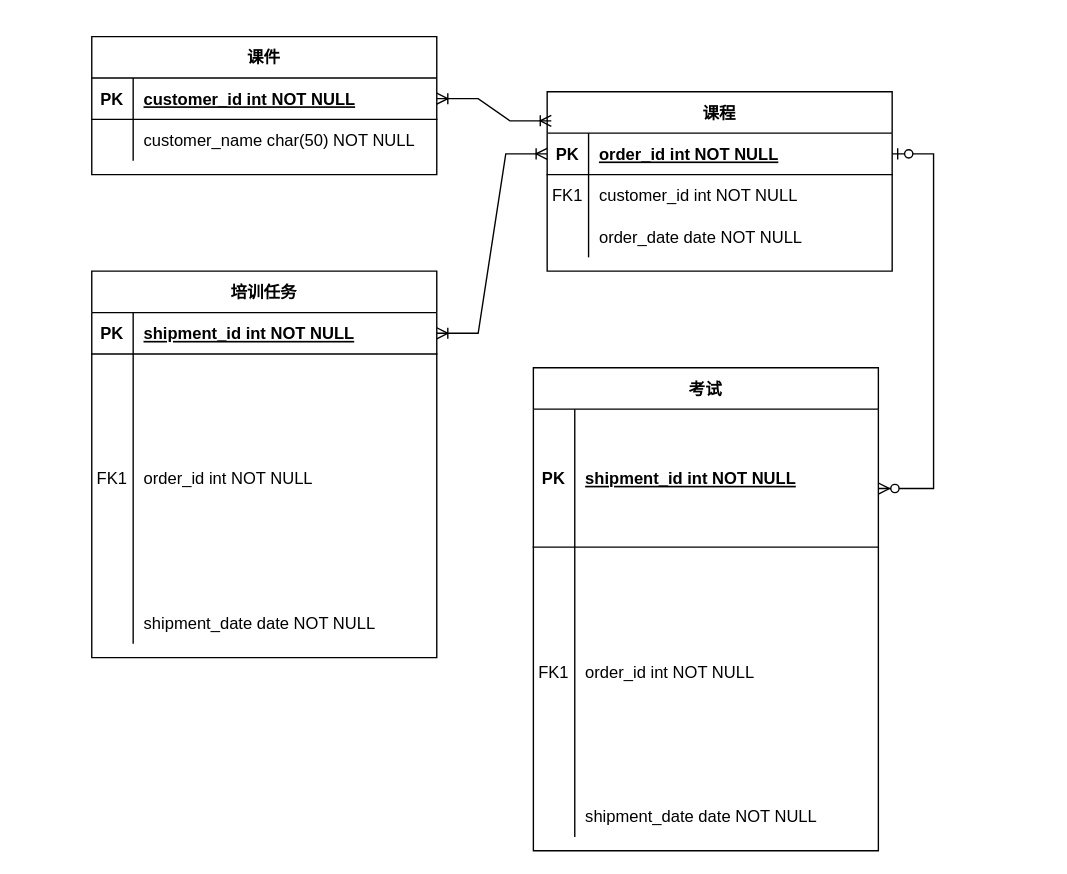
Earlier version of the draw.io diagram education.drawio (jasonTong1/diagram). Source tidied: cells renumbered, new cells numbered last; positions are measured from the earlier drawing's top-left corner, leaving out a move shared by most shapes. Both pictures are drawn from the tidied source at 138%, with x=0, y=0 at pixel (91, 36).
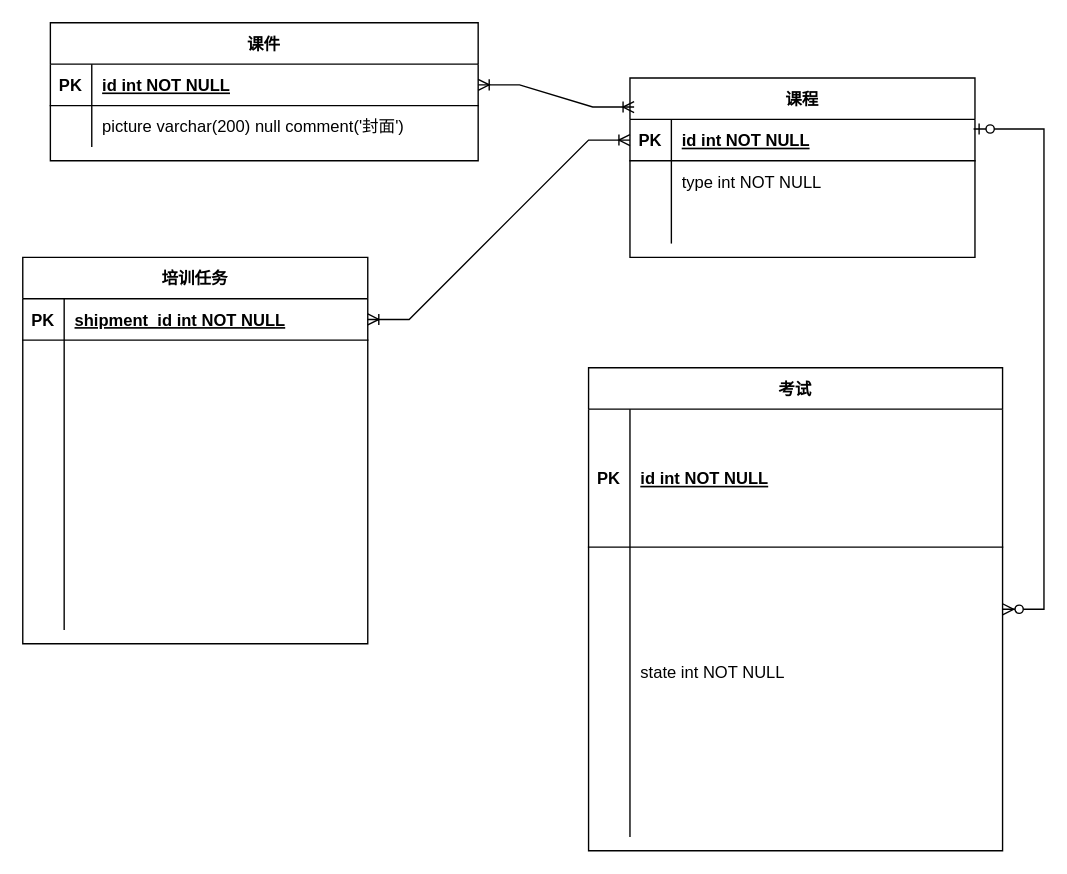
The same page after the edit.

Unchanged cells that the change refers to:
```xml
<mxCell id="3" style="shape=partialRectangle;fillColor=none;points=[[0,0.5],[1,0.5]];portConstraint=eastwest;top=0;left=0;right=0;bottom=1;" parent="2" vertex="1">
  <mxGeometry y="30" width="250" height="30" as="geometry" />
</mxCell>
<mxCell id="6" style="shape=partialRectangle;fillColor=none;top=0;left=0;right=0;bottom=0;" parent="2" vertex="1">
  <mxGeometry y="60" width="250" height="30" as="geometry" />
</mxCell>
<mxCell id="9" style="shape=partialRectangle;fillColor=none;top=0;left=0;right=0;bottom=0;" parent="2" vertex="1">
  <mxGeometry y="90" width="250" height="30" as="geometry" />
</mxCell>
<mxCell id="16" style="shape=partialRectangle;fillColor=none;top=0;left=0;right=0;bottom=0;" parent="12" vertex="1">
  <mxGeometry y="60" width="250" height="180" as="geometry" />
</mxCell>
<mxCell id="19" style="shape=partialRectangle;fillColor=none;top=0;left=0;right=0;bottom=0;" parent="12" vertex="1">
  <mxGeometry y="240" width="250" height="30" as="geometry" />
</mxCell>
```

Change to the diagram source:
```diff
@@
     <mxCell id="2" value="课程" style="shape=table;startSize=30;childLayout=tableLayout;rowLines=0;fontStyle=1;align=center;" parent="1" vertex="1">
-      <mxGeometry x="330" y="40" width="250" height="130" as="geometry" />
+      <mxGeometry x="390" y="30" width="250" height="130" as="geometry" />
     </mxCell>
@@
-    <mxCell id="5" value="order_id int NOT NULL " style="shape=partialRectangle;overflow=hidden;fillColor=none;top=0;left=0;bottom=0;right=0;align=left;spacingLeft=6;fontStyle=5;" parent="3" vertex="1">
+    <mxCell id="5" value="id int NOT NULL " style="shape=partialRectangle;overflow=hidden;fillColor=none;top=0;left=0;bottom=0;right=0;align=left;spacingLeft=6;fontStyle=5;" parent="3" vertex="1">
       <mxGeometry x="30" width="220" height="30" as="geometry" />
     </mxCell>
@@
-    <mxCell id="7" value="FK1" style="shape=partialRectangle;overflow=hidden;fillColor=none;top=0;left=0;bottom=0;right=0;" parent="6" vertex="1">
+    <mxCell id="7" style="shape=partialRectangle;overflow=hidden;fillColor=none;top=0;left=0;bottom=0;right=0;" parent="6" vertex="1">
       <mxGeometry width="30" height="30" as="geometry" />
     </mxCell>
-    <mxCell id="8" value="customer_id int NOT NULL" style="shape=partialRectangle;overflow=hidden;fillColor=none;top=0;left=0;bottom=0;right=0;align=left;spacingLeft=6;" parent="6" vertex="1">
+    <mxCell id="8" value="type int NOT NULL" style="shape=partialRectangle;overflow=hidden;fillColor=none;top=0;left=0;bottom=0;right=0;align=left;spacingLeft=6;" parent="6" vertex="1">
       <mxGeometry x="30" width="220" height="30" as="geometry" />
     </mxCell>
@@
-    <mxCell id="11" value="order_date date NOT NULL" style="shape=partialRectangle;overflow=hidden;fillColor=none;top=0;left=0;bottom=0;right=0;align=left;spacingLeft=6;" parent="9" vertex="1">
+    <mxCell id="11" style="shape=partialRectangle;overflow=hidden;fillColor=none;top=0;left=0;bottom=0;right=0;align=left;spacingLeft=6;" parent="9" vertex="1">
       <mxGeometry x="30" width="220" height="30" as="geometry" />
     </mxCell>
     <mxCell id="12" value="培训任务" style="shape=table;startSize=30;childLayout=tableLayout;rowLines=0;fontStyle=1;align=center;" parent="1" vertex="1">
-      <mxGeometry y="170" width="250" height="280" as="geometry" />
+      <mxGeometry x="-50" y="160" width="250" height="280" as="geometry" />
     </mxCell>
@@
-    <mxCell id="17" value="FK1" style="shape=partialRectangle;overflow=hidden;fillColor=none;top=0;left=0;bottom=0;right=0;" parent="16" vertex="1">
+    <mxCell id="17" style="shape=partialRectangle;overflow=hidden;fillColor=none;top=0;left=0;bottom=0;right=0;" parent="16" vertex="1">
       <mxGeometry width="30" height="180" as="geometry" />
     </mxCell>
-    <mxCell id="18" value="order_id int NOT NULL" style="shape=partialRectangle;overflow=hidden;fillColor=none;top=0;left=0;bottom=0;right=0;align=left;spacingLeft=6;" parent="16" vertex="1">
+    <mxCell id="18" style="shape=partialRectangle;overflow=hidden;fillColor=none;top=0;left=0;bottom=0;right=0;align=left;spacingLeft=6;" parent="16" vertex="1">
       <mxGeometry x="30" width="220" height="180" as="geometry" />
     </mxCell>
@@
-    <mxCell id="21" value="shipment_date date NOT NULL" style="shape=partialRectangle;overflow=hidden;fillColor=none;top=0;left=0;bottom=0;right=0;align=left;spacingLeft=6;" parent="19" vertex="1">
+    <mxCell id="21" style="shape=partialRectangle;overflow=hidden;fillColor=none;top=0;left=0;bottom=0;right=0;align=left;spacingLeft=6;" parent="19" vertex="1">
       <mxGeometry x="30" width="220" height="30" as="geometry" />
     </mxCell>
     <mxCell id="22" value="课件" style="shape=table;startSize=30;childLayout=tableLayout;rowLines=0;fontStyle=1;align=center;" parent="1" vertex="1">
-      <mxGeometry width="250" height="100" as="geometry" />
+      <mxGeometry x="-30" y="-10" width="310" height="100" as="geometry" />
     </mxCell>
     <mxCell id="23" style="shape=partialRectangle;fillColor=none;points=[[0,0.5],[1,0.5]];portConstraint=eastwest;top=0;left=0;right=0;bottom=1;" parent="22" vertex="1">
-      <mxGeometry y="30" width="250" height="30" as="geometry" />
+      <mxGeometry y="30" width="310" height="30" as="geometry" />
     </mxCell>
@@
-    <mxCell id="25" value="customer_id int NOT NULL " style="shape=partialRectangle;overflow=hidden;fillColor=none;top=0;left=0;bottom=0;right=0;align=left;spacingLeft=6;fontStyle=5;" parent="23" vertex="1">
-      <mxGeometry x="30" width="220" height="30" as="geometry" />
+    <mxCell id="25" value="id int NOT NULL " style="shape=partialRectangle;overflow=hidden;fillColor=none;top=0;left=0;bottom=0;right=0;align=left;spacingLeft=6;fontStyle=5;" parent="23" vertex="1">
+      <mxGeometry x="30" width="280" height="30" as="geometry" />
     </mxCell>
     <mxCell id="26" style="shape=partialRectangle;fillColor=none;top=0;left=0;right=0;bottom=0;" parent="22" vertex="1">
-      <mxGeometry y="60" width="250" height="30" as="geometry" />
+      <mxGeometry y="60" width="310" height="30" as="geometry" />
     </mxCell>
@@
-    <mxCell id="28" value="customer_name char(50) NOT NULL" style="shape=partialRectangle;overflow=hidden;fillColor=none;top=0;left=0;bottom=0;right=0;align=left;spacingLeft=6;" parent="26" vertex="1">
-      <mxGeometry x="30" width="220" height="30" as="geometry" />
+    <mxCell id="28" value="picture varchar(200) null comment('封面')" style="shape=partialRectangle;overflow=hidden;fillColor=none;top=0;left=0;bottom=0;right=0;align=left;spacingLeft=6;" parent="26" vertex="1">
+      <mxGeometry x="30" width="280" height="30" as="geometry" />
     </mxCell>
@@
     <mxCell id="31" value="考试" style="shape=table;startSize=30;childLayout=tableLayout;rowLines=0;fontStyle=1;align=center;" parent="1" vertex="1">
-      <mxGeometry x="320" y="240" width="250" height="350" as="geometry" />
+      <mxGeometry x="360" y="240" width="300" height="350" as="geometry" />
     </mxCell>
     <mxCell id="32" style="shape=partialRectangle;fillColor=none;top=0;left=0;right=0;bottom=1;" parent="31" vertex="1">
-      <mxGeometry y="30" width="250" height="100" as="geometry" />
+      <mxGeometry y="30" width="300" height="100" as="geometry" />
     </mxCell>
@@
-    <mxCell id="34" value="shipment_id int NOT NULL " style="shape=partialRectangle;overflow=hidden;fillColor=none;top=0;left=0;bottom=0;right=0;align=left;spacingLeft=6;fontStyle=5;" parent="32" vertex="1">
-      <mxGeometry x="30" width="220" height="100" as="geometry" />
+    <mxCell id="34" value="id int NOT NULL " style="shape=partialRectangle;overflow=hidden;fillColor=none;top=0;left=0;bottom=0;right=0;align=left;spacingLeft=6;fontStyle=5;" parent="32" vertex="1">
+      <mxGeometry x="30" width="270" height="100" as="geometry" />
     </mxCell>
     <mxCell id="35" style="shape=partialRectangle;fillColor=none;top=0;left=0;right=0;bottom=0;" parent="31" vertex="1">
-      <mxGeometry y="130" width="250" height="180" as="geometry" />
+      <mxGeometry y="130" width="300" height="180" as="geometry" />
     </mxCell>
-    <mxCell id="36" value="FK1" style="shape=partialRectangle;overflow=hidden;fillColor=none;top=0;left=0;bottom=0;right=0;" parent="35" vertex="1">
+    <mxCell id="36" style="shape=partialRectangle;overflow=hidden;fillColor=none;top=0;left=0;bottom=0;right=0;" parent="35" vertex="1">
       <mxGeometry width="30" height="180" as="geometry" />
     </mxCell>
-    <mxCell id="37" value="order_id int NOT NULL" style="shape=partialRectangle;overflow=hidden;fillColor=none;top=0;left=0;bottom=0;right=0;align=left;spacingLeft=6;" parent="35" vertex="1">
-      <mxGeometry x="30" width="220" height="180" as="geometry" />
+    <mxCell id="37" value="state int NOT NULL" style="shape=partialRectangle;overflow=hidden;fillColor=none;top=0;left=0;bottom=0;right=0;align=left;spacingLeft=6;" parent="35" vertex="1">
+      <mxGeometry x="30" width="270" height="180" as="geometry" />
     </mxCell>
     <mxCell id="38" style="shape=partialRectangle;fillColor=none;top=0;left=0;right=0;bottom=0;" parent="31" vertex="1">
-      <mxGeometry y="310" width="250" height="30" as="geometry" />
+      <mxGeometry y="310" width="300" height="30" as="geometry" />
     </mxCell>
@@
-    <mxCell id="40" value="shipment_date date NOT NULL" style="shape=partialRectangle;overflow=hidden;fillColor=none;top=0;left=0;bottom=0;right=0;align=left;spacingLeft=6;" parent="38" vertex="1">
-      <mxGeometry x="30" width="220" height="30" as="geometry" />
+    <mxCell id="40" style="shape=partialRectangle;overflow=hidden;fillColor=none;top=0;left=0;bottom=0;right=0;align=left;spacingLeft=6;" parent="38" vertex="1">
+      <mxGeometry x="30" width="270" height="30" as="geometry" />
     </mxCell>
-    <mxCell id="41" style="edgeStyle=entityRelationEdgeStyle;fontSize=12;html=1;endArrow=ERzeroToMany;startArrow=ERzeroToOne;rounded=0;entryX=1;entryY=0.25;entryDx=0;entryDy=0;" parent="1" edge="1" target="31">
-      <mxGeometry relative="1" as="geometry">
-        <mxPoint x="580" y="85" as="sourcePoint" />
-      </mxGeometry>
+    <mxCell id="41" style="edgeStyle=entityRelationEdgeStyle;fontSize=12;html=1;endArrow=ERzeroToMany;startArrow=ERzeroToOne;rounded=0;exitX=0.996;exitY=0.233;exitDx=0;exitDy=0;exitPerimeter=0;" parent="1" edge="1" source="3" target="31">
+      <mxGeometry relative="1" as="geometry" />
     </mxCell>
```
